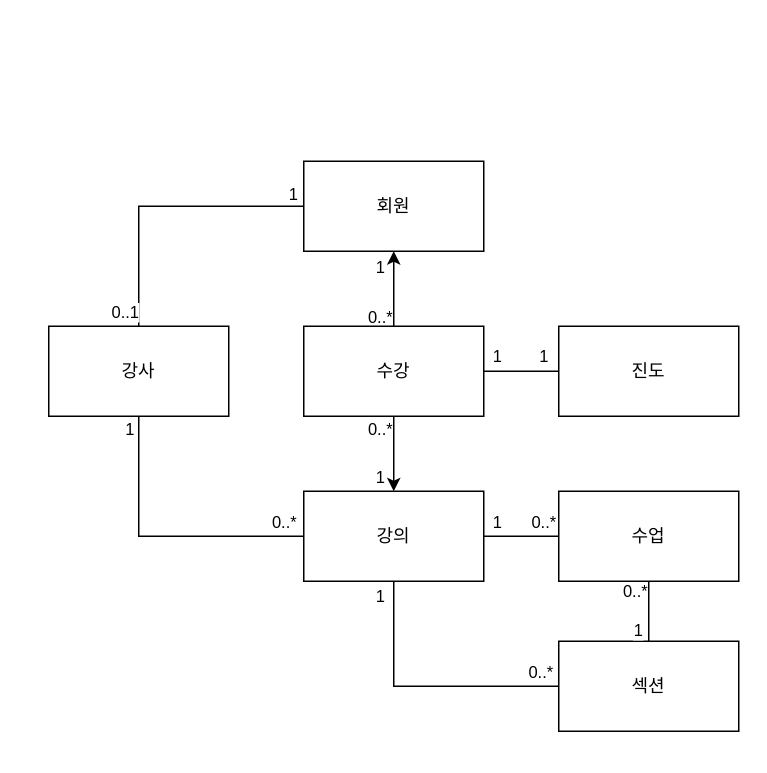
Earlier version of the draw.io diagram 도메인모델.drawio (kyhyeok/splearn-java-to-kotlin). Source tidied: cells renumbered, new cells numbered last; positions are measured from the earlier drawing's top-left corner, leaving out a move shared by most shapes. Both pictures are drawn from the tidied source at 150%, with x=0, y=0 at pixel (48, 160).
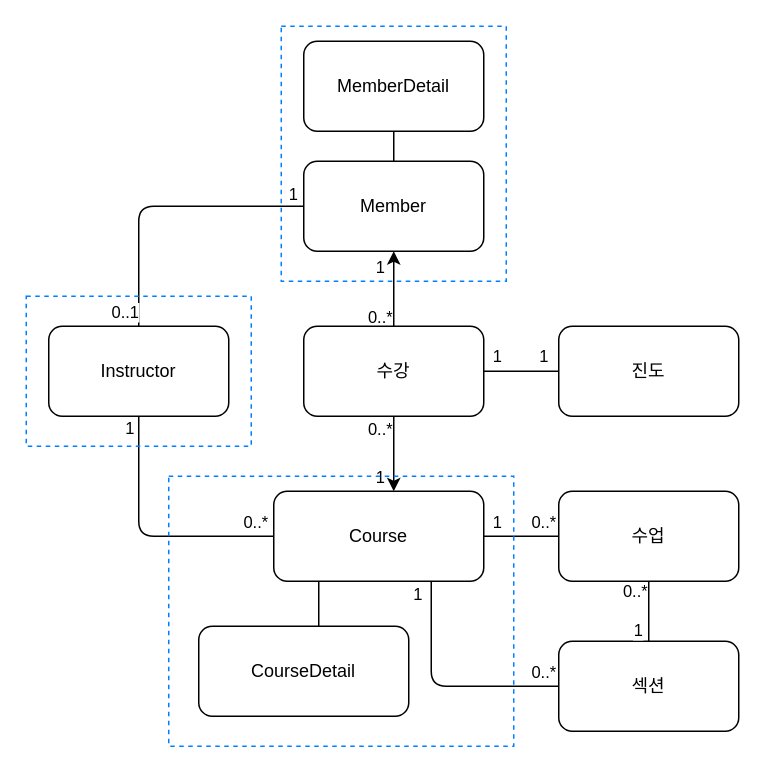
After the change.

The edit, as a diff of the source:
```diff
@@
-    <mxCell id="2" value="회원" style="rounded=0;whiteSpace=wrap;html=1;" parent="1" vertex="1">
+    <mxCell id="2" value="Member" style="rounded=1;whiteSpace=wrap;html=1;" parent="1" vertex="1">
       <mxGeometry x="170" width="120" height="60" as="geometry" />
     </mxCell>
-    <mxCell id="3" value="강사" style="rounded=0;whiteSpace=wrap;html=1;" parent="1" vertex="1">
+    <mxCell id="3" value="Instructor" style="rounded=1;whiteSpace=wrap;html=1;" parent="1" vertex="1">
       <mxGeometry y="110" width="120" height="60" as="geometry" />
     </mxCell>
-    <mxCell id="4" value="강의" style="rounded=0;whiteSpace=wrap;html=1;" parent="1" vertex="1">
-      <mxGeometry x="170" y="220" width="120" height="60" as="geometry" />
+    <mxCell id="4" value="Course" style="rounded=1;whiteSpace=wrap;html=1;" parent="1" vertex="1">
+      <mxGeometry x="150" y="220" width="140" height="60" as="geometry" />
     </mxCell>
-    <mxCell id="5" style="edgeStyle=orthogonalEdgeStyle;rounded=0;jettySize=auto;html=1;exitX=0.5;exitY=0;exitDx=0;exitDy=0;entryX=0.5;entryY=1;entryDx=0;entryDy=0;" parent="1" edge="1" source="11" target="2">
+    <mxCell id="5" style="edgeStyle=orthogonalEdgeStyle;rounded=1;jettySize=auto;html=1;exitX=0.5;exitY=0;exitDx=0;exitDy=0;entryX=0.5;entryY=1;entryDx=0;entryDy=0;" parent="1" edge="1" source="11" target="2">
       <mxGeometry relative="1" as="geometry" />
     </mxCell>
-    <mxCell id="6" value="1" style="edgeLabel;html=1;align=center;verticalAlign=middle;" parent="5" vertex="1">
+    <mxCell id="6" value="1" style="edgeLabel;html=1;align=center;verticalAlign=middle;rounded=1;" parent="5" vertex="1">
       <mxGeometry x="0.41" y="1" relative="1" as="geometry">
         <mxPoint x="-9" y="-5" as="offset" />
       </mxGeometry>
     </mxCell>
-    <mxCell id="7" value="0..*" style="edgeLabel;html=1;align=center;verticalAlign=middle;" parent="5" vertex="1">
+    <mxCell id="7" value="0..*" style="edgeLabel;html=1;align=center;verticalAlign=middle;rounded=1;" parent="5" vertex="1">
       <mxGeometry x="-0.74" relative="1" as="geometry">
         <mxPoint x="-10" as="offset" />
       </mxGeometry>
     </mxCell>
-    <mxCell id="8" style="edgeStyle=orthogonalEdgeStyle;rounded=0;jettySize=auto;html=1;exitX=0.5;exitY=1;exitDx=0;exitDy=0;entryX=0.5;entryY=0;entryDx=0;entryDy=0;" parent="1" edge="1" source="11" target="4">
-      <mxGeometry relative="1" as="geometry" />
+    <mxCell id="8" style="edgeStyle=orthogonalEdgeStyle;rounded=1;jettySize=auto;html=1;exitX=0.5;exitY=1;exitDx=0;exitDy=0;" parent="1" edge="1" source="11">
+      <mxGeometry relative="1" as="geometry">
+        <mxPoint x="230" y="220" as="targetPoint" />
+      </mxGeometry>
     </mxCell>
-    <mxCell id="9" value="0..*" style="edgeLabel;html=1;align=center;verticalAlign=middle;" parent="8" vertex="1">
+    <mxCell id="9" value="0..*" style="edgeLabel;html=1;align=center;verticalAlign=middle;rounded=1;" parent="8" vertex="1">
       <mxGeometry x="-0.69" relative="1" as="geometry">
         <mxPoint x="-10" as="offset" />
       </mxGeometry>
     </mxCell>
-    <mxCell id="10" value="1" style="edgeLabel;html=1;align=center;verticalAlign=middle;" parent="8" vertex="1">
+    <mxCell id="10" value="1" style="edgeLabel;html=1;align=center;verticalAlign=middle;rounded=1;" parent="8" vertex="1">
       <mxGeometry x="0.45" relative="1" as="geometry">
         <mxPoint x="-10" y="4" as="offset" />
       </mxGeometry>
     </mxCell>
-    <mxCell id="11" value="수강" style="rounded=0;whiteSpace=wrap;html=1;" parent="1" vertex="1">
+    <mxCell id="11" value="수강" style="rounded=1;whiteSpace=wrap;html=1;" parent="1" vertex="1">
       <mxGeometry x="170" y="110" width="120" height="60" as="geometry" />
     </mxCell>
-    <mxCell id="12" value="수업" style="rounded=0;whiteSpace=wrap;html=1;" parent="1" vertex="1">
+    <mxCell id="12" value="수업" style="rounded=1;whiteSpace=wrap;html=1;" parent="1" vertex="1">
       <mxGeometry x="340" y="220" width="120" height="60" as="geometry" />
     </mxCell>
-    <mxCell id="13" value="섹션" style="rounded=0;whiteSpace=wrap;html=1;" parent="1" vertex="1">
+    <mxCell id="13" value="섹션" style="rounded=1;whiteSpace=wrap;html=1;" parent="1" vertex="1">
       <mxGeometry x="340" y="320" width="120" height="60" as="geometry" />
     </mxCell>
-    <mxCell id="14" value="진도" style="rounded=0;whiteSpace=wrap;html=1;" parent="1" vertex="1">
+    <mxCell id="14" value="진도" style="rounded=1;whiteSpace=wrap;html=1;" parent="1" vertex="1">
       <mxGeometry x="340" y="110" width="120" height="60" as="geometry" />
     </mxCell>
-    <mxCell id="15" style="endArrow=none;html=1;rounded=0;entryX=0;entryY=0.5;entryDx=0;entryDy=0;exitX=0.5;exitY=0;exitDx=0;exitDy=0;" parent="1" edge="1" source="3" target="2">
+    <mxCell id="15" style="endArrow=none;html=1;rounded=1;entryX=0;entryY=0.5;entryDx=0;entryDy=0;exitX=0.5;exitY=0;exitDx=0;exitDy=0;" parent="1" edge="1" source="3" target="2">
       <mxGeometry relative="1" as="geometry">
         <Array as="points">
           <mxPoint x="60" y="30" />
         </Array>
       </mxGeometry>
     </mxCell>
-    <mxCell id="16" value="1" style="edgeLabel;html=1;align=center;verticalAlign=middle;" parent="15" vertex="1">
+    <mxCell id="16" value="1" style="edgeLabel;html=1;align=center;verticalAlign=middle;rounded=1;" parent="15" vertex="1">
       <mxGeometry x="0.92" y="1" relative="1" as="geometry">
         <mxPoint y="-8" as="offset" />
       </mxGeometry>
     </mxCell>
-    <mxCell id="17" value="0..1" style="edgeLabel;html=1;align=center;verticalAlign=middle;" parent="15" vertex="1">
+    <mxCell id="17" value="0..1" style="edgeLabel;html=1;align=center;verticalAlign=middle;rounded=1;" parent="15" vertex="1">
       <mxGeometry x="-0.91" y="-1" relative="1" as="geometry">
         <mxPoint x="-11" y="-1" as="offset" />
       </mxGeometry>
     </mxCell>
-    <mxCell id="18" style="endArrow=none;html=1;rounded=0;entryX=0.5;entryY=1;entryDx=0;entryDy=0;exitX=0;exitY=0.5;exitDx=0;exitDy=0;" parent="1" edge="1" source="4" target="3">
+    <mxCell id="18" style="endArrow=none;html=1;rounded=1;entryX=0.5;entryY=1;entryDx=0;entryDy=0;exitX=0;exitY=0.5;exitDx=0;exitDy=0;" parent="1" edge="1" source="4" target="3">
       <mxGeometry relative="1" as="geometry">
         <Array as="points">
           <mxPoint x="60" y="250" />
         </Array>
       </mxGeometry>
     </mxCell>
-    <mxCell id="19" value="1" style="edgeLabel;html=1;align=center;verticalAlign=middle;" parent="18" vertex="1">
+    <mxCell id="19" value="1" style="edgeLabel;html=1;align=center;verticalAlign=middle;rounded=1;" parent="18" vertex="1">
       <mxGeometry x="0.92" relative="1" as="geometry">
         <mxPoint x="-7" as="offset" />
       </mxGeometry>
     </mxCell>
-    <mxCell id="20" value="0..*" style="edgeLabel;html=1;align=center;verticalAlign=middle;" parent="18" vertex="1">
+    <mxCell id="20" value="0..*" style="edgeLabel;html=1;align=center;verticalAlign=middle;rounded=1;" parent="18" vertex="1">
       <mxGeometry x="-0.91" y="-1" relative="1" as="geometry">
         <mxPoint x="-5" y="-9" as="offset" />
       </mxGeometry>
     </mxCell>
-    <mxCell id="21" value="1" style="endArrow=none;html=1;rounded=0;entryX=0;entryY=0.5;entryDx=0;entryDy=0;" parent="1" edge="1">
+    <mxCell id="21" value="1" style="endArrow=none;html=1;rounded=1;entryX=0;entryY=0.5;entryDx=0;entryDy=0;" parent="1" edge="1">
       <mxGeometry x="0.6" y="10" relative="1" as="geometry">
         <mxPoint x="290" y="140" as="sourcePoint" />
         <mxPoint x="340" y="140" as="targetPoint" />
       </mxGeometry>
     </mxCell>
-    <mxCell id="22" value="1" style="edgeLabel;html=1;align=center;verticalAlign=middle;" parent="21" vertex="1">
+    <mxCell id="22" value="1" style="edgeLabel;html=1;align=center;verticalAlign=middle;rounded=1;" parent="21" vertex="1">
       <mxGeometry x="-0.75" y="-1" relative="1" as="geometry">
         <mxPoint x="2" y="-12" as="offset" />
       </mxGeometry>
     </mxCell>
-    <mxCell id="23" style="endArrow=none;html=1;rounded=0;entryX=0;entryY=0.5;entryDx=0;entryDy=0;exitX=1;exitY=0.5;exitDx=0;exitDy=0;" parent="1" edge="1" source="4" target="12">
+    <mxCell id="23" style="endArrow=none;html=1;rounded=1;entryX=0;entryY=0.5;entryDx=0;entryDy=0;exitX=1;exitY=0.5;exitDx=0;exitDy=0;" parent="1" edge="1" source="4" target="12">
       <mxGeometry relative="1" as="geometry" />
     </mxCell>
-    <mxCell id="24" value="1" style="edgeLabel;html=1;align=center;verticalAlign=middle;" parent="23" vertex="1">
+    <mxCell id="24" value="1" style="edgeLabel;html=1;align=center;verticalAlign=middle;rounded=1;" parent="23" vertex="1">
       <mxGeometry x="-0.69" relative="1" as="geometry">
         <mxPoint y="-10" as="offset" />
       </mxGeometry>
     </mxCell>
-    <mxCell id="25" value="0..*" style="edgeLabel;html=1;align=center;verticalAlign=middle;" parent="23" vertex="1">
+    <mxCell id="25" value="0..*" style="edgeLabel;html=1;align=center;verticalAlign=middle;rounded=1;" parent="23" vertex="1">
       <mxGeometry x="0.71" relative="1" as="geometry">
         <mxPoint x="-4" y="-10" as="offset" />
       </mxGeometry>
     </mxCell>
-    <mxCell id="26" style="endArrow=none;html=1;rounded=0;entryX=0.5;entryY=1;entryDx=0;entryDy=0;exitX=0.5;exitY=0;exitDx=0;exitDy=0;" parent="1" edge="1" source="13" target="12">
+    <mxCell id="26" style="endArrow=none;html=1;rounded=1;entryX=0.5;entryY=1;entryDx=0;entryDy=0;exitX=0.5;exitY=0;exitDx=0;exitDy=0;" parent="1" edge="1" source="13" target="12">
       <mxGeometry relative="1" as="geometry" />
     </mxCell>
-    <mxCell id="27" value="0..*" style="edgeLabel;html=1;align=center;verticalAlign=middle;" parent="26" vertex="1">
+    <mxCell id="27" value="0..*" style="edgeLabel;html=1;align=center;verticalAlign=middle;rounded=1;" parent="26" vertex="1">
       <mxGeometry x="0.69" relative="1" as="geometry">
         <mxPoint x="-10" as="offset" />
       </mxGeometry>
     </mxCell>
-    <mxCell id="28" value="1" style="edgeLabel;html=1;align=center;verticalAlign=middle;" parent="26" vertex="1">
+    <mxCell id="28" value="1" style="edgeLabel;html=1;align=center;verticalAlign=middle;rounded=1;" parent="26" vertex="1">
       <mxGeometry x="-0.66" y="-1" relative="1" as="geometry">
         <mxPoint x="-9" y="-1" as="offset" />
       </mxGeometry>
     </mxCell>
-    <mxCell id="29" style="endArrow=none;html=1;rounded=0;entryX=0;entryY=0.5;entryDx=0;entryDy=0;exitX=0.5;exitY=1;exitDx=0;exitDy=0;" parent="1" edge="1" source="4" target="13">
+    <mxCell id="29" style="endArrow=none;html=1;rounded=1;entryX=0;entryY=0.5;entryDx=0;entryDy=0;exitX=0.75;exitY=1;exitDx=0;exitDy=0;" parent="1" edge="1" source="4" target="13">
       <mxGeometry relative="1" as="geometry">
         <Array as="points">
-          <mxPoint x="230" y="350" />
+          <mxPoint x="255" y="350" />
         </Array>
       </mxGeometry>
     </mxCell>
-    <mxCell id="30" value="1" style="edgeLabel;html=1;align=center;verticalAlign=middle;" parent="29" vertex="1">
+    <mxCell id="30" value="1" style="edgeLabel;html=1;align=center;verticalAlign=middle;rounded=1;" parent="29" vertex="1">
       <mxGeometry x="-0.9" y="1" relative="1" as="geometry">
         <mxPoint x="-11" as="offset" />
       </mxGeometry>
     </mxCell>
-    <mxCell id="31" value="0..*" style="edgeLabel;html=1;align=center;verticalAlign=middle;" parent="29" vertex="1">
+    <mxCell id="31" value="0..*" style="edgeLabel;html=1;align=center;verticalAlign=middle;rounded=1;" parent="29" vertex="1">
       <mxGeometry x="0.86" y="-1" relative="1" as="geometry">
         <mxPoint y="-11" as="offset" />
       </mxGeometry>
     </mxCell>
+    <mxCell id="32" style="rounded=0;whiteSpace=wrap;html=1;fillColor=none;fillStyle=auto;strokeColor=#007FFF;dashed=1;" parent="1" vertex="1">
+      <mxGeometry x="155" y="-90" width="150" height="170" as="geometry" />
+    </mxCell>
+    <mxCell id="33" value="MemberDetail" style="rounded=1;whiteSpace=wrap;html=1;" parent="1" vertex="1">
+      <mxGeometry x="170" y="-80" width="120" height="60" as="geometry" />
+    </mxCell>
+    <mxCell id="34" style="endArrow=none;html=1;rounded=1;exitX=0.5;exitY=0;exitDx=0;exitDy=0;entryX=0.5;entryY=1;entryDx=0;entryDy=0;" parent="1" edge="1" source="2" target="33">
+      <mxGeometry relative="1" as="geometry" />
+    </mxCell>
+    <mxCell id="35" style="rounded=0;whiteSpace=wrap;html=1;fillColor=none;fillStyle=auto;strokeColor=#007FFF;dashed=1;" parent="1" vertex="1">
+      <mxGeometry x="-15" y="90" width="150" height="100" as="geometry" />
+    </mxCell>
+    <mxCell id="36" value="CourseDetail" style="rounded=1;whiteSpace=wrap;html=1;" parent="1" vertex="1">
+      <mxGeometry x="100" y="310" width="140" height="60" as="geometry" />
+    </mxCell>
+    <mxCell id="37" style="endArrow=none;html=1;rounded=1;" parent="1" edge="1">
+      <mxGeometry relative="1" as="geometry">
+        <mxPoint x="460" y="-20" as="sourcePoint" />
+        <mxPoint x="460" y="-20" as="targetPoint" />
+      </mxGeometry>
+    </mxCell>
+    <mxCell id="38" style="endArrow=none;html=1;rounded=1;entryX=0.5;entryY=1;entryDx=0;entryDy=0;" parent="1" edge="1">
+      <mxGeometry relative="1" as="geometry">
+        <mxPoint x="180" y="310" as="sourcePoint" />
+        <mxPoint x="180" y="280" as="targetPoint" />
+      </mxGeometry>
+    </mxCell>
+    <mxCell id="39" style="rounded=0;whiteSpace=wrap;html=1;fillColor=none;fillStyle=auto;strokeColor=#007FFF;dashed=1;" parent="1" vertex="1">
+      <mxGeometry x="80" y="210" width="230" height="180" as="geometry" />
+    </mxCell>
```
